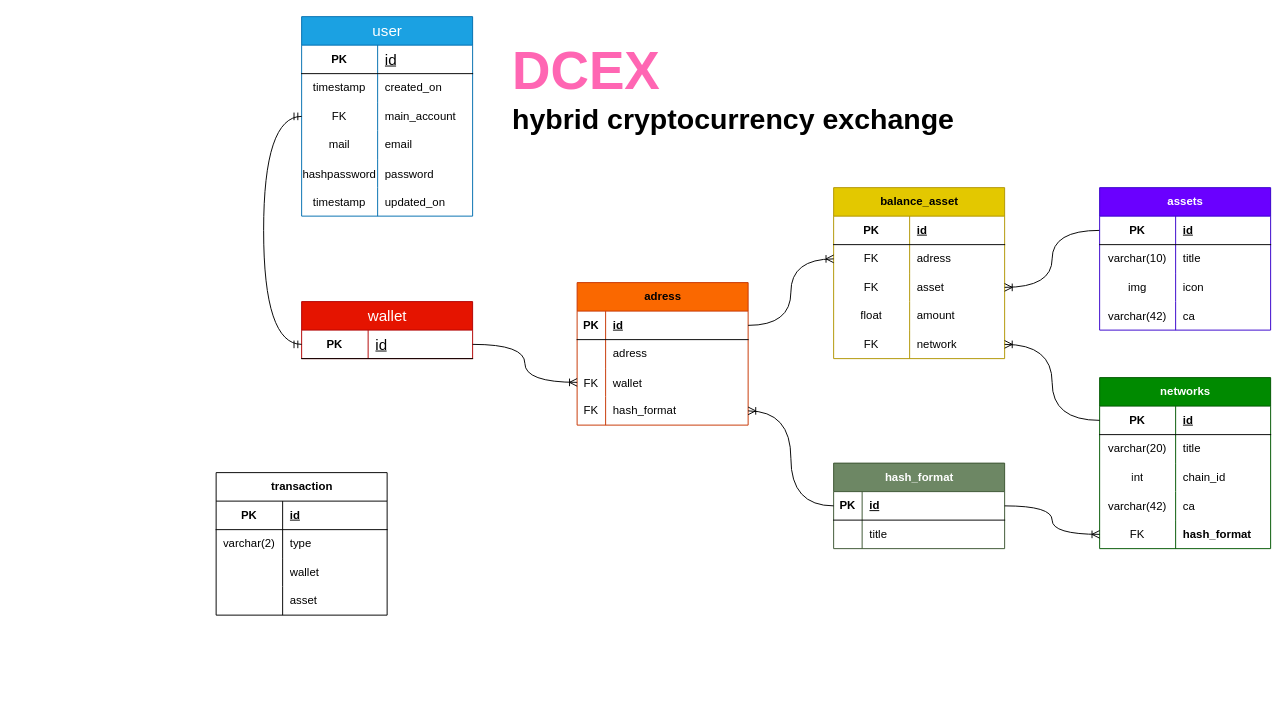
The draw.io diagram dCEX_ER.drawio in on3ginnn/DCEX, before the edit. Source tidied: cells renumbered, new cells numbered last; positions are measured from the earlier drawing's top-left corner, leaving out a move shared by most shapes. Both pictures are drawn from the tidied source at 95%, with x=0, y=0 at pixel (216, 16).
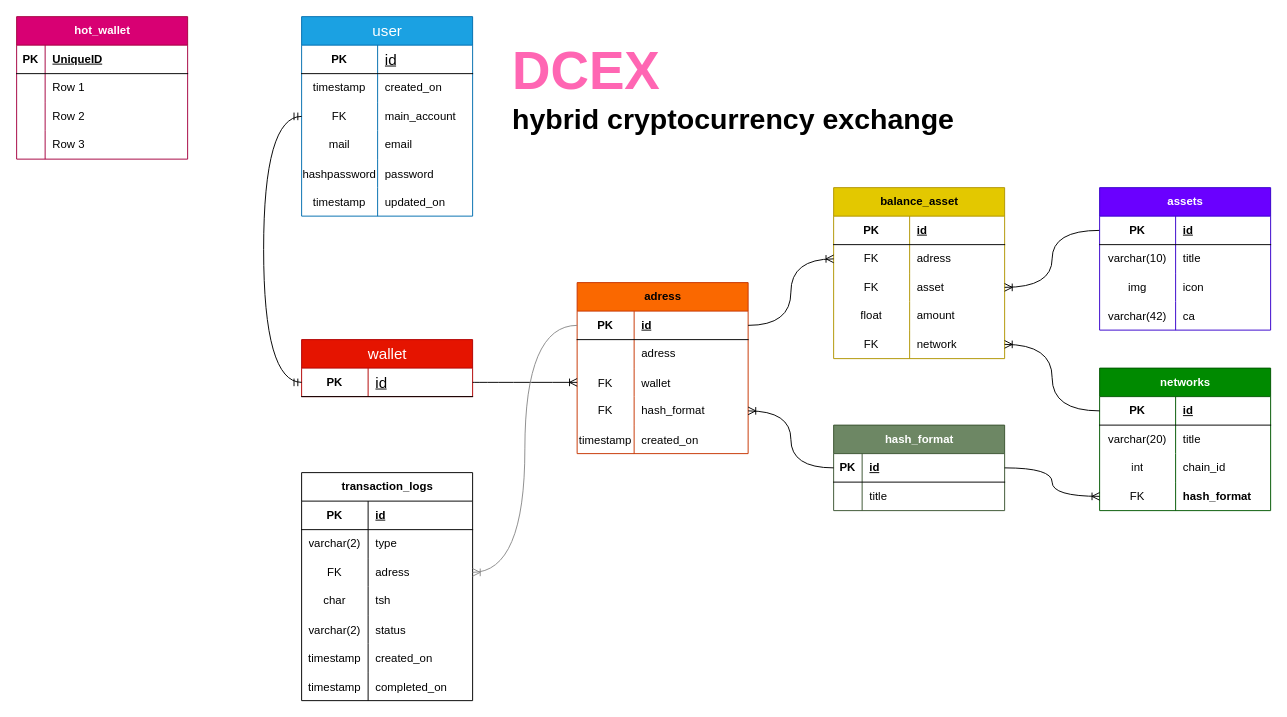
Above is the later version.

Unchanged cells that the change refers to:
```xml
<mxCell id="9" style="shape=tableRow;horizontal=0;startSize=0;swimlaneHead=0;swimlaneBody=0;fillColor=none;points=[[0,0.5],[1,0.5]];portConstraint=eastwest;top=0;left=0;right=0;bottom=0;" parent="2" vertex="1">
  <mxGeometry y="90" width="180" height="30" as="geometry" />
</mxCell>
<mxCell id="52" style="shape=tableRow;horizontal=0;startSize=0;swimlaneHead=0;swimlaneBody=0;fillColor=none;points=[[0,0.5],[1,0.5]];portConstraint=eastwest;top=0;left=0;right=0;bottom=1;" parent="51" vertex="1">
  <mxGeometry y="30" width="180" height="30" as="geometry" />
</mxCell>
<mxCell id="58" style="shape=tableRow;horizontal=0;startSize=0;swimlaneHead=0;swimlaneBody=0;fillColor=none;points=[[0,0.5],[1,0.5]];portConstraint=eastwest;top=0;left=0;right=0;bottom=1;" parent="57" vertex="1">
  <mxGeometry y="30" width="180" height="30" as="geometry" />
</mxCell>
<mxCell id="61" style="shape=tableRow;horizontal=0;startSize=0;swimlaneHead=0;swimlaneBody=0;fillColor=none;top=0;left=0;right=0;bottom=0;" parent="57" vertex="1">
  <mxGeometry y="60" width="180" height="30" as="geometry" />
</mxCell>
<mxCell id="64" style="shape=tableRow;horizontal=0;startSize=0;swimlaneHead=0;swimlaneBody=0;fillColor=none;points=[[0,0.5],[1,0.5]];portConstraint=eastwest;top=0;left=0;right=0;bottom=0;" parent="57" vertex="1">
  <mxGeometry y="90" width="180" height="30" as="geometry" />
</mxCell>
<mxCell id="67" style="shape=tableRow;horizontal=0;startSize=0;swimlaneHead=0;swimlaneBody=0;fillColor=none;points=[[0,0.5],[1,0.5]];portConstraint=eastwest;top=0;left=0;right=0;bottom=0;" parent="57" vertex="1">
  <mxGeometry y="120" width="180" height="30" as="geometry" />
</mxCell>
<mxCell id="103" style="shape=tableRow;horizontal=0;startSize=0;swimlaneHead=0;swimlaneBody=0;fillColor=none;points=[[0,0.5],[1,0.5]];portConstraint=eastwest;top=0;left=0;right=0;bottom=0;" parent="96" vertex="1">
  <mxGeometry y="90" width="180" height="30" as="geometry" />
</mxCell>
<mxCell id="106" style="shape=tableRow;horizontal=0;startSize=0;swimlaneHead=0;swimlaneBody=0;fillColor=none;top=0;left=0;right=0;bottom=0;" parent="96" vertex="1">
  <mxGeometry y="120" width="180" height="30" as="geometry" />
</mxCell>
```

The edit, as a diff of the source:
```diff
@@
     <mxCell id="51" value="&lt;span style=&quot;font-size: 16px; font-weight: 400;&quot;&gt;wallet&lt;/span&gt;" style="shape=table;startSize=30;childLayout=tableLayout;rowLines=0;fontStyle=1;align=center;html=1;fillColor=#e51400;strokeColor=#B20000;fontColor=#ffffff;" parent="1" vertex="1">
-      <mxGeometry x="90" y="300" width="180" height="60" as="geometry" />
+      <mxGeometry x="90" y="340" width="180" height="60" as="geometry" />
     </mxCell>
@@
     <mxCell id="55" style="edgeStyle=orthogonalEdgeStyle;fontSize=12;html=1;endArrow=ERmandOne;startArrow=ERmandOne;rounded=0;exitX=0;exitY=0.5;exitDx=0;exitDy=0;entryX=0;entryY=0.5;entryDx=0;entryDy=0;curved=1;" parent="1" edge="1" source="9" target="52">
       <mxGeometry relative="1" as="geometry">
         <Array as="points">
           <mxPoint x="50" y="105" />
-          <mxPoint x="50" y="345" />
+          <mxPoint x="50" y="385" />
         </Array>
       </mxGeometry>
     </mxCell>
@@
     <mxCell id="57" value="adress" style="shape=table;startSize=30;childLayout=tableLayout;rowLines=0;fontStyle=1;align=center;html=1;fillColor=#fa6800;fontColor=#000000;strokeColor=#C73500;" parent="1" vertex="1">
-      <mxGeometry x="380" y="280" width="180" height="150" as="geometry" />
+      <mxGeometry x="380" y="280" width="180" height="180" as="geometry" />
     </mxCell>
@@
     <mxCell id="59" value="PK" style="shape=partialRectangle;fillColor=none;top=0;left=0;bottom=0;right=0;fontStyle=1;overflow=hidden;whiteSpace=wrap;html=1;" parent="58" vertex="1">
-      <mxGeometry width="30" height="30" as="geometry" />
+      <mxGeometry width="60" height="30" as="geometry" />
     </mxCell>
     <mxCell id="60" value="id" style="shape=partialRectangle;fillColor=none;top=0;left=0;bottom=0;right=0;align=left;spacingLeft=6;fontStyle=5;overflow=hidden;whiteSpace=wrap;html=1;" parent="58" vertex="1">
-      <mxGeometry x="30" width="150" height="30" as="geometry" />
+      <mxGeometry x="60" width="120" height="30" as="geometry" />
     </mxCell>
@@
     <mxCell id="62" style="shape=partialRectangle;fillColor=none;top=0;left=0;bottom=0;right=0;overflow=hidden;whiteSpace=wrap;html=1;" parent="61" vertex="1">
-      <mxGeometry width="30" height="30" as="geometry" />
+      <mxGeometry width="60" height="30" as="geometry" />
     </mxCell>
     <mxCell id="63" value="adress" style="shape=partialRectangle;fillColor=none;top=0;left=0;bottom=0;right=0;align=left;spacingLeft=6;overflow=hidden;whiteSpace=wrap;html=1;" parent="61" vertex="1">
-      <mxGeometry x="30" width="150" height="30" as="geometry" />
+      <mxGeometry x="60" width="120" height="30" as="geometry" />
     </mxCell>
@@
     <mxCell id="65" value="FK" style="shape=partialRectangle;fillColor=none;top=0;left=0;bottom=0;right=0;overflow=hidden;" parent="64" vertex="1">
-      <mxGeometry width="30" height="30" as="geometry" />
+      <mxGeometry width="60" height="30" as="geometry" />
     </mxCell>
     <mxCell id="66" value="wallet" style="shape=partialRectangle;fillColor=none;top=0;left=0;bottom=0;right=0;align=left;spacingLeft=6;overflow=hidden;" parent="64" vertex="1">
-      <mxGeometry x="30" width="150" height="30" as="geometry" />
+      <mxGeometry x="60" width="120" height="30" as="geometry" />
     </mxCell>
@@
     <mxCell id="68" value="FK" style="shape=partialRectangle;fillColor=none;top=0;left=0;bottom=0;right=0;fontStyle=0;overflow=hidden;whiteSpace=wrap;html=1;" parent="67" vertex="1">
-      <mxGeometry width="30" height="30" as="geometry" />
+      <mxGeometry width="60" height="30" as="geometry" />
     </mxCell>
     <mxCell id="69" value="hash_format" style="shape=partialRectangle;fillColor=none;top=0;left=0;bottom=0;right=0;align=left;spacingLeft=6;fontStyle=0;overflow=hidden;whiteSpace=wrap;html=1;" parent="67" vertex="1">
-      <mxGeometry x="30" width="150" height="30" as="geometry" />
+      <mxGeometry x="60" width="120" height="30" as="geometry" />
     </mxCell>
+    <mxCell id="111" style="shape=tableRow;horizontal=0;startSize=0;swimlaneHead=0;swimlaneBody=0;fillColor=none;top=0;left=0;right=0;bottom=0;" parent="57" vertex="1">
+      <mxGeometry y="150" width="180" height="30" as="geometry" />
+    </mxCell>
+    <mxCell id="112" value="timestamp" style="shape=partialRectangle;fillColor=none;top=0;left=0;bottom=0;right=0;overflow=hidden;" parent="111" vertex="1">
+      <mxGeometry width="60" height="30" as="geometry" />
+    </mxCell>
+    <mxCell id="113" value="created_on" style="shape=partialRectangle;fillColor=none;top=0;left=0;bottom=0;right=0;align=left;spacingLeft=6;overflow=hidden;" parent="111" vertex="1">
+      <mxGeometry x="60" width="120" height="30" as="geometry" />
+    </mxCell>
@@
     <mxCell id="72" value="networks" style="shape=table;startSize=30;childLayout=tableLayout;rowLines=0;fontStyle=1;align=center;html=1;fillColor=#008a00;fontColor=#ffffff;strokeColor=#005700;" parent="1" vertex="1">
-      <mxGeometry x="930" y="380" width="180" height="180" as="geometry" />
+      <mxGeometry x="930" y="370" width="180" height="150" as="geometry" />
     </mxCell>
@@
-    <mxCell id="82" style="shape=tableRow;horizontal=0;startSize=0;swimlaneHead=0;swimlaneBody=0;fillColor=none;top=0;left=0;right=0;bottom=0;" parent="72" vertex="1">
-      <mxGeometry y="120" width="180" height="30" as="geometry" />
-    </mxCell>
-    <mxCell id="83" value="varchar(42)" style="shape=partialRectangle;fillColor=none;top=0;left=0;bottom=0;right=0;overflow=hidden;" parent="82" vertex="1">
-      <mxGeometry width="80" height="30" as="geometry" />
-    </mxCell>
-    <mxCell id="84" value="ca" style="shape=partialRectangle;fillColor=none;top=0;left=0;bottom=0;right=0;align=left;spacingLeft=6;overflow=hidden;" parent="82" vertex="1">
-      <mxGeometry x="80" width="100" height="30" as="geometry" />
-    </mxCell>
     <mxCell id="85" style="shape=tableRow;horizontal=0;startSize=0;swimlaneHead=0;swimlaneBody=0;fillColor=none;points=[[0,0.5],[1,0.5]];portConstraint=eastwest;top=0;left=0;right=0;bottom=0;" parent="72" vertex="1">
-      <mxGeometry y="150" width="180" height="30" as="geometry" />
+      <mxGeometry y="120" width="180" height="30" as="geometry" />
     </mxCell>
@@
     <mxCell id="88" value="hash_format" style="shape=table;startSize=30;childLayout=tableLayout;rowLines=0;fontStyle=1;align=center;html=1;fillColor=#6d8764;fontColor=#ffffff;strokeColor=#3A5431;" parent="1" vertex="1">
-      <mxGeometry x="650" y="470" width="180" height="90" as="geometry" />
+      <mxGeometry x="650" y="430" width="180" height="90" as="geometry" />
     </mxCell>
@@
-    <mxCell id="96" value="transaction" style="shape=table;startSize=30;childLayout=tableLayout;rowLines=0;fontStyle=1;align=center;html=1;" parent="1" vertex="1">
-      <mxGeometry y="480" width="180" height="150" as="geometry" />
+    <mxCell id="96" value="transaction_logs" style="shape=table;startSize=30;childLayout=tableLayout;rowLines=0;fontStyle=1;align=center;html=1;" parent="1" vertex="1">
+      <mxGeometry x="90" y="480" width="180" height="240" as="geometry" />
     </mxCell>
@@
-    <mxCell id="104" style="shape=partialRectangle;fillColor=none;top=0;left=0;bottom=0;right=0;overflow=hidden;whiteSpace=wrap;html=1;" parent="103" vertex="1">
+    <mxCell id="104" value="FK" style="shape=partialRectangle;fillColor=none;top=0;left=0;bottom=0;right=0;overflow=hidden;whiteSpace=wrap;html=1;" parent="103" vertex="1">
       <mxGeometry width="70" height="30" as="geometry" />
     </mxCell>
-    <mxCell id="105" value="wallet" style="shape=partialRectangle;fillColor=none;top=0;left=0;bottom=0;right=0;align=left;spacingLeft=6;overflow=hidden;whiteSpace=wrap;html=1;" parent="103" vertex="1">
+    <mxCell id="105" value="adress" style="shape=partialRectangle;fillColor=none;top=0;left=0;bottom=0;right=0;align=left;spacingLeft=6;overflow=hidden;whiteSpace=wrap;html=1;" parent="103" vertex="1">
       <mxGeometry x="70" width="110" height="30" as="geometry" />
     </mxCell>
@@
-    <mxCell id="107" style="shape=partialRectangle;fillColor=none;top=0;left=0;bottom=0;right=0;overflow=hidden;whiteSpace=wrap;html=1;" parent="106" vertex="1">
+    <mxCell id="107" value="char" style="shape=partialRectangle;fillColor=none;top=0;left=0;bottom=0;right=0;overflow=hidden;whiteSpace=wrap;html=1;" parent="106" vertex="1">
       <mxGeometry width="70" height="30" as="geometry" />
     </mxCell>
-    <mxCell id="108" value="asset" style="shape=partialRectangle;fillColor=none;top=0;left=0;bottom=0;right=0;align=left;spacingLeft=6;overflow=hidden;whiteSpace=wrap;html=1;" parent="106" vertex="1">
+    <mxCell id="108" value="tsh" style="shape=partialRectangle;fillColor=none;top=0;left=0;bottom=0;right=0;align=left;spacingLeft=6;overflow=hidden;whiteSpace=wrap;html=1;" parent="106" vertex="1">
       <mxGeometry x="70" width="110" height="30" as="geometry" />
     </mxCell>
+    <mxCell id="114" style="shape=tableRow;horizontal=0;startSize=0;swimlaneHead=0;swimlaneBody=0;fillColor=none;top=0;left=0;right=0;bottom=0;" parent="96" vertex="1">
+      <mxGeometry y="150" width="180" height="30" as="geometry" />
+    </mxCell>
+    <mxCell id="115" value="varchar(2)" style="shape=partialRectangle;fillColor=none;top=0;left=0;bottom=0;right=0;overflow=hidden;" parent="114" vertex="1">
+      <mxGeometry width="70" height="30" as="geometry" />
+    </mxCell>
+    <mxCell id="116" value="status" style="shape=partialRectangle;fillColor=none;top=0;left=0;bottom=0;right=0;align=left;spacingLeft=6;overflow=hidden;" parent="114" vertex="1">
+      <mxGeometry x="70" width="110" height="30" as="geometry" />
+    </mxCell>
+    <mxCell id="117" style="shape=tableRow;horizontal=0;startSize=0;swimlaneHead=0;swimlaneBody=0;fillColor=none;top=0;left=0;right=0;bottom=0;" parent="96" vertex="1">
+      <mxGeometry y="180" width="180" height="30" as="geometry" />
+    </mxCell>
+    <mxCell id="118" value="timestamp" style="shape=partialRectangle;fillColor=none;top=0;left=0;bottom=0;right=0;overflow=hidden;" parent="117" vertex="1">
+      <mxGeometry width="70" height="30" as="geometry" />
+    </mxCell>
+    <mxCell id="119" value="created_on" style="shape=partialRectangle;fillColor=none;top=0;left=0;bottom=0;right=0;align=left;spacingLeft=6;overflow=hidden;" parent="117" vertex="1">
+      <mxGeometry x="70" width="110" height="30" as="geometry" />
+    </mxCell>
+    <mxCell id="120" style="shape=tableRow;horizontal=0;startSize=0;swimlaneHead=0;swimlaneBody=0;fillColor=none;top=0;left=0;right=0;bottom=0;" parent="96" vertex="1">
+      <mxGeometry y="210" width="180" height="30" as="geometry" />
+    </mxCell>
+    <mxCell id="121" value="timestamp" style="shape=partialRectangle;fillColor=none;top=0;left=0;bottom=0;right=0;overflow=hidden;" parent="120" vertex="1">
+      <mxGeometry width="70" height="30" as="geometry" />
+    </mxCell>
+    <mxCell id="122" value="completed_on" style="shape=partialRectangle;fillColor=none;top=0;left=0;bottom=0;right=0;align=left;spacingLeft=6;overflow=hidden;" parent="120" vertex="1">
+      <mxGeometry x="70" width="110" height="30" as="geometry" />
+    </mxCell>
@@
+    <mxCell id="123" style="edgeStyle=orthogonalEdgeStyle;fontSize=12;html=1;endArrow=ERoneToMany;rounded=0;exitX=0;exitY=0.5;exitDx=0;exitDy=0;entryX=1;entryY=0.5;entryDx=0;entryDy=0;curved=1;strokeColor=#8C8C8C;" parent="1" edge="1" source="58" target="103">
+      <mxGeometry relative="1" as="geometry" />
+    </mxCell>
+    <mxCell id="124" value="hot_wallet" style="shape=table;startSize=30;childLayout=tableLayout;rowLines=0;fontStyle=1;align=center;html=1;fillColor=#d80073;fontColor=#ffffff;strokeColor=#A50040;" parent="1" vertex="1">
+      <mxGeometry x="-210" width="180" height="150" as="geometry" />
+    </mxCell>
+    <mxCell id="125" style="shape=tableRow;horizontal=0;startSize=0;swimlaneHead=0;swimlaneBody=0;fillColor=none;top=0;left=0;right=0;bottom=1;" parent="124" vertex="1">
+      <mxGeometry y="30" width="180" height="30" as="geometry" />
+    </mxCell>
+    <mxCell id="126" value="PK" style="shape=partialRectangle;fillColor=none;top=0;left=0;bottom=0;right=0;fontStyle=1;overflow=hidden;whiteSpace=wrap;html=1;" parent="125" vertex="1">
+      <mxGeometry width="30" height="30" as="geometry" />
+    </mxCell>
+    <mxCell id="127" value="UniqueID" style="shape=partialRectangle;fillColor=none;top=0;left=0;bottom=0;right=0;align=left;spacingLeft=6;fontStyle=5;overflow=hidden;whiteSpace=wrap;html=1;" parent="125" vertex="1">
+      <mxGeometry x="30" width="150" height="30" as="geometry" />
+    </mxCell>
+    <mxCell id="128" style="shape=tableRow;horizontal=0;startSize=0;swimlaneHead=0;swimlaneBody=0;fillColor=none;top=0;left=0;right=0;bottom=0;" parent="124" vertex="1">
+      <mxGeometry y="60" width="180" height="30" as="geometry" />
+    </mxCell>
+    <mxCell id="129" style="shape=partialRectangle;fillColor=none;top=0;left=0;bottom=0;right=0;overflow=hidden;whiteSpace=wrap;html=1;" parent="128" vertex="1">
+      <mxGeometry width="30" height="30" as="geometry" />
+    </mxCell>
+    <mxCell id="130" value="Row 1" style="shape=partialRectangle;fillColor=none;top=0;left=0;bottom=0;right=0;align=left;spacingLeft=6;overflow=hidden;whiteSpace=wrap;html=1;" parent="128" vertex="1">
+      <mxGeometry x="30" width="150" height="30" as="geometry" />
+    </mxCell>
+    <mxCell id="131" style="shape=tableRow;horizontal=0;startSize=0;swimlaneHead=0;swimlaneBody=0;fillColor=none;top=0;left=0;right=0;bottom=0;" parent="124" vertex="1">
+      <mxGeometry y="90" width="180" height="30" as="geometry" />
+    </mxCell>
+    <mxCell id="132" style="shape=partialRectangle;fillColor=none;top=0;left=0;bottom=0;right=0;overflow=hidden;whiteSpace=wrap;html=1;" parent="131" vertex="1">
+      <mxGeometry width="30" height="30" as="geometry" />
+    </mxCell>
+    <mxCell id="133" value="Row 2" style="shape=partialRectangle;fillColor=none;top=0;left=0;bottom=0;right=0;align=left;spacingLeft=6;overflow=hidden;whiteSpace=wrap;html=1;" parent="131" vertex="1">
+      <mxGeometry x="30" width="150" height="30" as="geometry" />
+    </mxCell>
+    <mxCell id="82" style="shape=tableRow;horizontal=0;startSize=0;swimlaneHead=0;swimlaneBody=0;fillColor=none;top=0;left=0;right=0;bottom=0;" parent="124" vertex="1">
+      <mxGeometry y="120" width="180" height="30" as="geometry" />
+    </mxCell>
+    <mxCell id="134" style="shape=partialRectangle;fillColor=none;top=0;left=0;bottom=0;right=0;overflow=hidden;whiteSpace=wrap;html=1;" parent="82" vertex="1">
+      <mxGeometry width="30" height="30" as="geometry" />
+    </mxCell>
+    <mxCell id="135" value="Row 3" style="shape=partialRectangle;fillColor=none;top=0;left=0;bottom=0;right=0;align=left;spacingLeft=6;overflow=hidden;whiteSpace=wrap;html=1;" parent="82" vertex="1">
+      <mxGeometry x="30" width="150" height="30" as="geometry" />
+    </mxCell>
```
